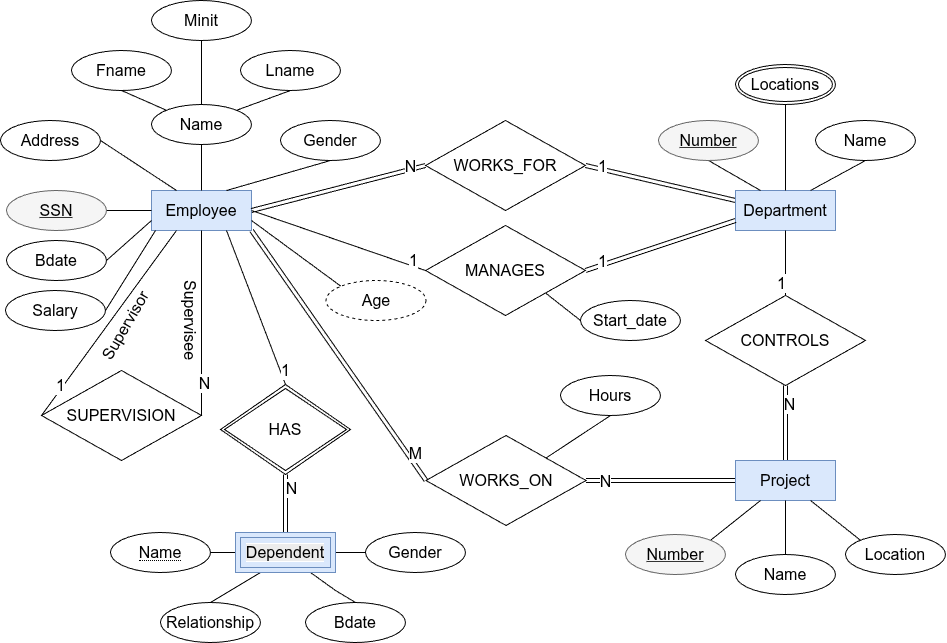
The draw.io diagram images/company-db-er-diagram.png in HusseinYounis/database, before a commit. Source tidied: cells renumbered, new cells last; positions are measured from the earlier drawing's top-left corner, leaving out a move shared by most shapes.
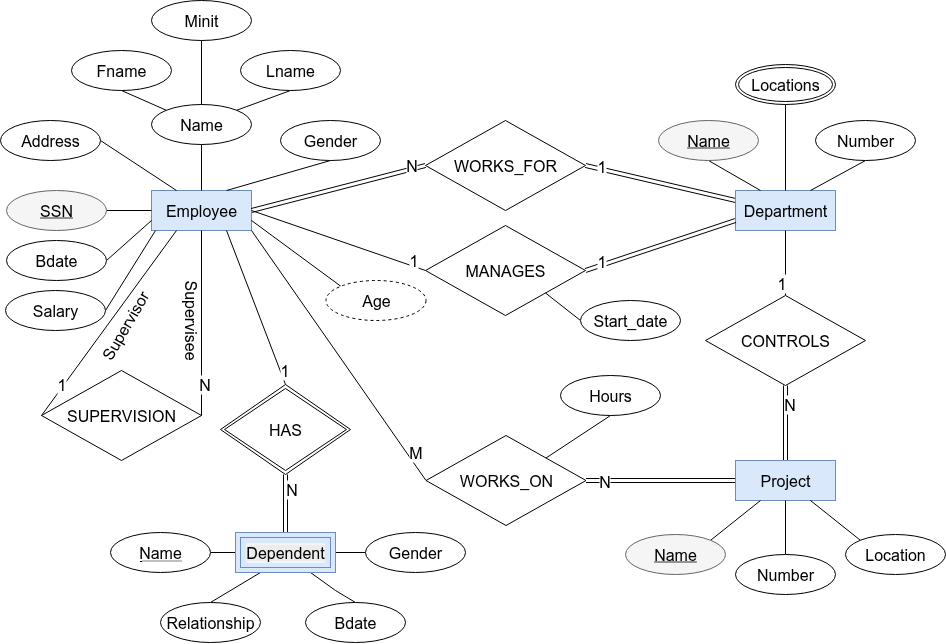
After the commit.

What changed in the source:
```diff
@@ -111,13 +111,13 @@
     <mxCell id="36" style="edgeStyle=none;shape=connector;rounded=0;jettySize=auto;html=1;exitX=0.5;exitY=1;exitDx=0;exitDy=0;entryX=0.25;entryY=0;entryDx=0;entryDy=0;strokeColor=default;align=center;verticalAlign=middle;fontFamily=Helvetica;fontSize=11;fontColor=default;labelBackgroundColor=default;endArrow=none;endFill=0;" parent="1" edge="1" source="37" target="35">
       <mxGeometry relative="1" as="geometry" />
     </mxCell>
-    <mxCell id="37" value="&lt;span style=&quot;color: rgb(0, 0, 0); font-size: 16px;&quot;&gt;Number&lt;/span&gt;" style="ellipse;whiteSpace=wrap;html=1;align=center;fontStyle=4;fillColor=#f5f5f5;fontColor=#333333;strokeColor=#666666;" parent="1" vertex="1">
+    <mxCell id="37" value="&lt;span style=&quot;color: rgb(0, 0, 0); font-size: 16px;&quot;&gt;Name&lt;/span&gt;" style="ellipse;whiteSpace=wrap;html=1;align=center;fontStyle=4;fillColor=#f5f5f5;fontColor=#333333;strokeColor=#666666;" parent="1" vertex="1">
       <mxGeometry x="658" y="120" width="100" height="40" as="geometry" />
     </mxCell>
     <mxCell id="38" style="edgeStyle=none;shape=connector;rounded=0;jettySize=auto;html=1;exitX=0.5;exitY=1;exitDx=0;exitDy=0;entryX=0.75;entryY=0;entryDx=0;entryDy=0;strokeColor=default;align=center;verticalAlign=middle;fontFamily=Helvetica;fontSize=11;fontColor=default;labelBackgroundColor=default;endArrow=none;endFill=0;" parent="1" edge="1" source="39" target="35">
       <mxGeometry relative="1" as="geometry" />
     </mxCell>
-    <mxCell id="39" value="&lt;span style=&quot;font-size: 16px;&quot;&gt;Name&lt;/span&gt;" style="ellipse;whiteSpace=wrap;html=1;align=center;" parent="1" vertex="1">
+    <mxCell id="39" value="&lt;span style=&quot;font-size: 16px;&quot;&gt;Number&lt;/span&gt;" style="ellipse;whiteSpace=wrap;html=1;align=center;" parent="1" vertex="1">
       <mxGeometry x="815" y="120" width="100" height="40" as="geometry" />
     </mxCell>
     <mxCell id="40" style="edgeStyle=none;shape=connector;rounded=0;jettySize=auto;html=1;exitX=0.5;exitY=1;exitDx=0;exitDy=0;entryX=0.5;entryY=0;entryDx=0;entryDy=0;strokeColor=default;align=center;verticalAlign=middle;fontFamily=Helvetica;fontSize=11;fontColor=default;labelBackgroundColor=default;endArrow=none;endFill=0;" parent="1" edge="1" source="41" target="35">
@@ -174,13 +174,13 @@
     <mxCell id="57" style="edgeStyle=none;shape=connector;rounded=0;jettySize=auto;html=1;exitX=1;exitY=0;exitDx=0;exitDy=0;entryX=0.25;entryY=1;entryDx=0;entryDy=0;strokeColor=default;align=center;verticalAlign=middle;fontFamily=Helvetica;fontSize=11;fontColor=default;labelBackgroundColor=default;endArrow=none;endFill=0;" parent="1" edge="1" source="58" target="56">
       <mxGeometry relative="1" as="geometry" />
     </mxCell>
-    <mxCell id="58" value="&lt;span style=&quot;color: rgb(0, 0, 0); font-size: 16px;&quot;&gt;Number&lt;/span&gt;" style="ellipse;whiteSpace=wrap;html=1;align=center;fontStyle=4;fillColor=#f5f5f5;fontColor=#333333;strokeColor=#666666;" parent="1" vertex="1">
+    <mxCell id="58" value="&lt;span style=&quot;color: rgb(0, 0, 0); font-size: 16px;&quot;&gt;Name&lt;/span&gt;" style="ellipse;whiteSpace=wrap;html=1;align=center;fontStyle=4;fillColor=#f5f5f5;fontColor=#333333;strokeColor=#666666;" parent="1" vertex="1">
       <mxGeometry x="625" y="534" width="100" height="40" as="geometry" />
     </mxCell>
     <mxCell id="59" style="edgeStyle=none;shape=connector;rounded=0;jettySize=auto;html=1;exitX=0.5;exitY=0;exitDx=0;exitDy=0;strokeColor=default;align=center;verticalAlign=middle;fontFamily=Helvetica;fontSize=11;fontColor=default;labelBackgroundColor=default;endArrow=none;endFill=0;entryX=0.5;entryY=1;entryDx=0;entryDy=0;" parent="1" edge="1" source="60" target="56">
       <mxGeometry relative="1" as="geometry" />
     </mxCell>
-    <mxCell id="60" value="&lt;span style=&quot;font-size: 16px;&quot;&gt;Name&lt;/span&gt;" style="ellipse;whiteSpace=wrap;html=1;align=center;" parent="1" vertex="1">
+    <mxCell id="60" value="&lt;span style=&quot;font-size: 16px;&quot;&gt;Number&lt;/span&gt;" style="ellipse;whiteSpace=wrap;html=1;align=center;" parent="1" vertex="1">
       <mxGeometry x="735" y="554" width="100" height="40" as="geometry" />
     </mxCell>
     <mxCell id="61" style="edgeStyle=none;shape=connector;rounded=0;jettySize=auto;html=1;exitX=0;exitY=0;exitDx=0;exitDy=0;entryX=0.75;entryY=1;entryDx=0;entryDy=0;strokeColor=default;align=center;verticalAlign=middle;fontFamily=Helvetica;fontSize=11;fontColor=default;labelBackgroundColor=default;endArrow=none;endFill=0;" parent="1" edge="1" source="62" target="56">
@@ -189,7 +189,7 @@
     <mxCell id="62" value="&lt;span style=&quot;font-size: 16px;&quot;&gt;Location&lt;/span&gt;" style="ellipse;whiteSpace=wrap;html=1;align=center;" parent="1" vertex="1">
       <mxGeometry x="845" y="534" width="100" height="40" as="geometry" />
     </mxCell>
-    <mxCell id="63" style="edgeStyle=none;shape=link;rounded=0;jettySize=auto;html=1;exitX=0;exitY=0.5;exitDx=0;exitDy=0;entryX=1;entryY=1;entryDx=0;entryDy=0;strokeColor=default;align=center;verticalAlign=middle;fontFamily=Helvetica;fontSize=11;fontColor=default;labelBackgroundColor=default;endArrow=none;endFill=0;" parent="1" edge="1" source="65" target="2">
+    <mxCell id="63" style="edgeStyle=none;rounded=0;jettySize=auto;html=1;exitX=0;exitY=0.5;exitDx=0;exitDy=0;entryX=1;entryY=1;entryDx=0;entryDy=0;strokeColor=default;align=center;verticalAlign=middle;fontFamily=Helvetica;fontSize=11;fontColor=default;labelBackgroundColor=default;endArrow=none;endFill=0;" parent="1" edge="1" source="65" target="2">
       <mxGeometry relative="1" as="geometry" />
     </mxCell>
     <mxCell id="64" value="&lt;font style=&quot;font-size: 16px;&quot;&gt;M&lt;/font&gt;" style="edgeLabel;html=1;align=center;verticalAlign=middle;fontFamily=Helvetica;fontSize=11;fontColor=default;labelBackgroundColor=default;" parent="63" vertex="1">
```
